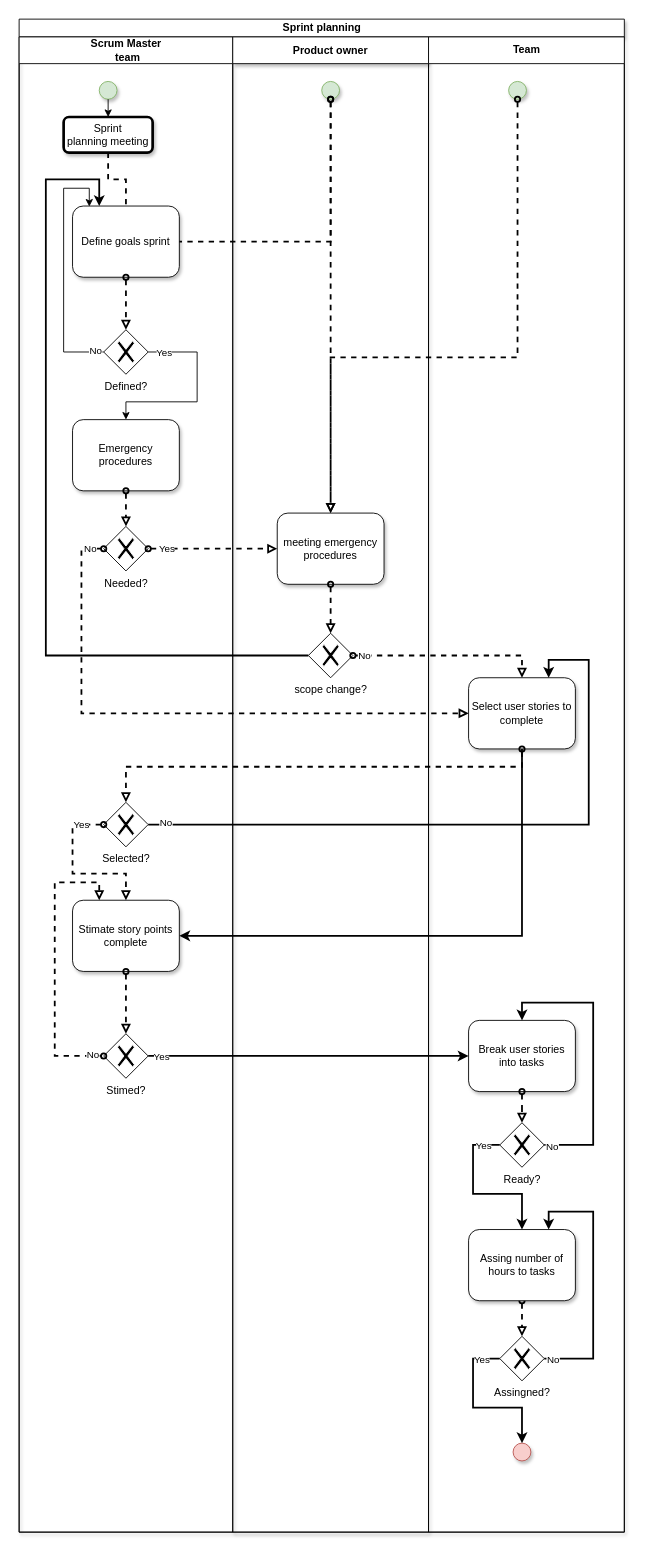
Before: page "Game" (2 of 2) of BPMN_Pre-game.drawio in JavierCabreraDev/Metodologia_Practica, a draw.io diagram. Source tidied: cells renumbered, new cells numbered last; positions are measured from the earlier drawing's top-left corner, leaving out a move shared by most shapes. Both pictures are drawn from the tidied source at 89%, with x=0, y=0 at pixel (19, 19).
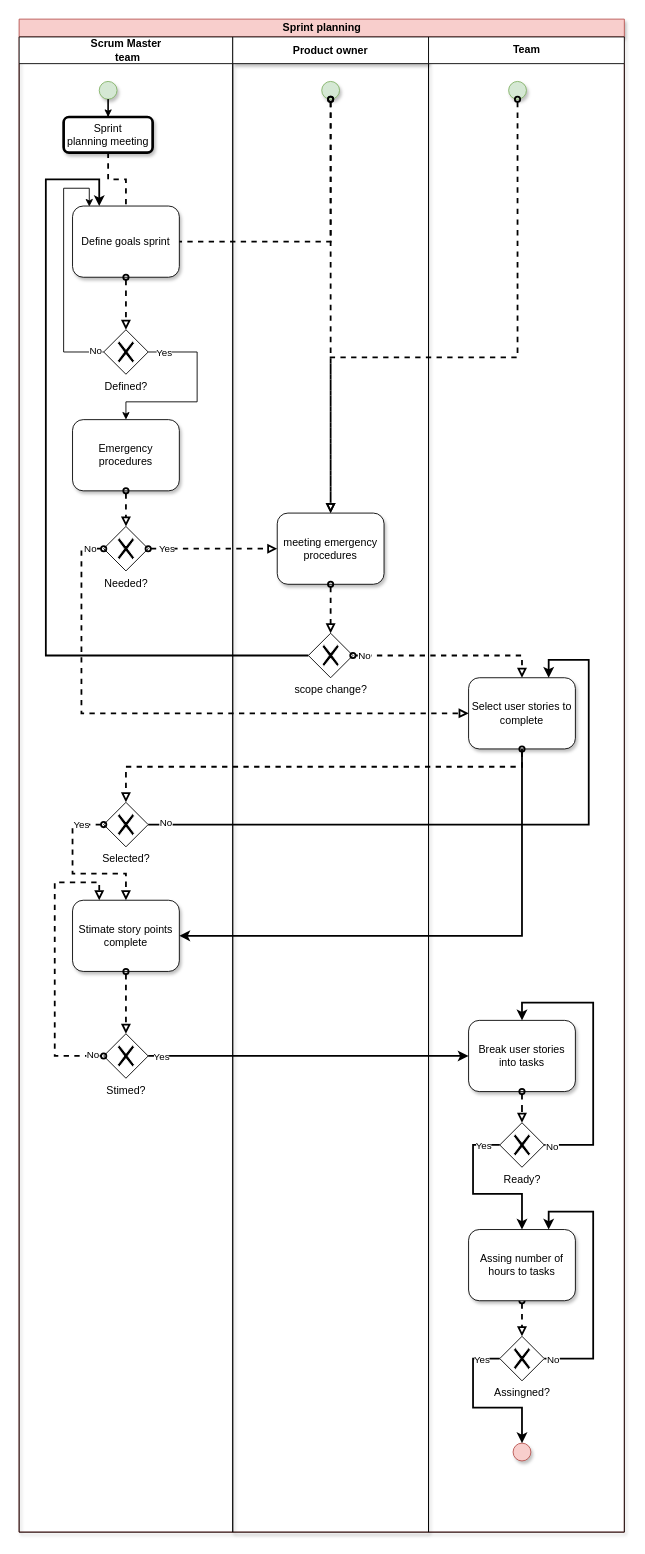
The same diagram, later.

Unchanged cells that the change refers to:
```xml
<mxCell id="10" style="ellipse;whiteSpace=wrap;html=1;shadow=1;glass=0;fillColor=#d5e8d4;strokeColor=#82b366;" parent="9" vertex="1">
  <mxGeometry x="90" y="50" width="20" height="20" as="geometry" />
</mxCell>
<mxCell id="26" value="&lt;p&gt;&lt;font style=&quot;font-size: 12px&quot;&gt;Sprint&lt;br&gt;planning meeting&lt;/font&gt;&lt;/p&gt;" style="shape=ext;rounded=1;html=1;whiteSpace=wrap;strokeWidth=3;shadow=1;glass=0;" parent="1" vertex="1">
  <mxGeometry x="50" y="110" width="100" height="40" as="geometry" />
</mxCell>
```

Change to the diagram source:
```diff
@@
-    <mxCell id="8" value="Sprint planning" style="swimlane;html=1;startSize=20;shadow=1;glass=0;" parent="1" vertex="1">
+    <mxCell id="8" value="Sprint planning" style="swimlane;html=1;startSize=20;shadow=1;glass=0;fillColor=#f8cecc;strokeColor=#b85450;" parent="1" vertex="1">
       <mxGeometry width="680" height="1700" as="geometry" />
     </mxCell>
@@
     <mxCell id="27" style="edgeStyle=orthogonalEdgeStyle;rounded=0;jettySize=auto;html=1;entryX=0.5;entryY=0;entryDx=0;entryDy=0;" parent="1" edge="1" source="10" target="26">
-      <mxGeometry relative="1" as="geometry">
-        <Array as="points">
-          <mxPoint x="100" y="80" />
-        </Array>
-      </mxGeometry>
+      <mxGeometry relative="1" as="geometry" />
     </mxCell>
```
